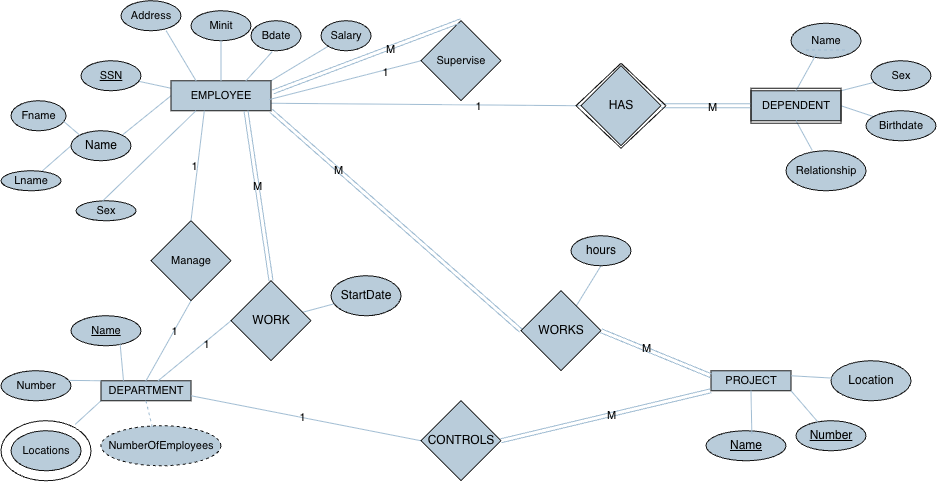
samasaif/SparkToCode2026_Tasks keeps this draw.io diagram as DatabaseTasks/Company Database – Requirement.png. Above is the earlier version. Source tidied: cells renumbered, new cells last; positions are measured from the earlier drawing's top-left corner, leaving out a move shared by most shapes.
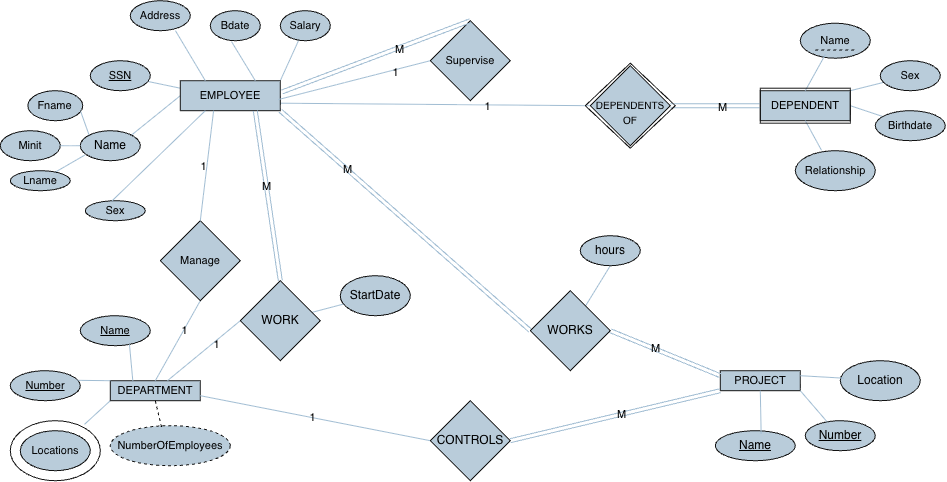
After the commit.

Diff of the diagram source:
```diff
@@ -45,10 +45,10 @@
       <mxGeometry x="170" y="80" width="100" height="30" as="geometry" />
     </mxCell>
     <mxCell id="16" value="&lt;p class=&quot;p1&quot; style=&quot;margin: 0px; font-style: normal; font-variant: normal; font-size-adjust: none; font-language-override: normal; font-kerning: auto; font-optical-sizing: auto; font-feature-settings: normal; font-variation-settings: normal; font-stretch: normal; font-size: 11px; line-height: normal; font-family: Helvetica; text-align: start;&quot;&gt;Salary&lt;/p&gt;" style="ellipse;whiteSpace=wrap;html=1;labelBackgroundColor=none;fillColor=#182E3E;strokeColor=#FFFFFF;fontColor=light-dark(#000000,#000000);" parent="1" vertex="1">
-      <mxGeometry x="320" y="20" width="50" height="30" as="geometry" />
+      <mxGeometry x="270" y="10" width="50" height="30" as="geometry" />
     </mxCell>
     <mxCell id="17" value="&lt;p class=&quot;p1&quot; style=&quot;margin: 0px; font-style: normal; font-variant: normal; font-size-adjust: none; font-language-override: normal; font-kerning: auto; font-optical-sizing: auto; font-feature-settings: normal; font-variation-settings: normal; font-stretch: normal; font-size: 11px; line-height: normal; font-family: Helvetica; text-align: start;&quot;&gt;Bdate&lt;/p&gt;" style="ellipse;whiteSpace=wrap;html=1;labelBackgroundColor=none;fillColor=#182E3E;strokeColor=#FFFFFF;fontColor=light-dark(#000000,#000000);" parent="1" vertex="1">
-      <mxGeometry x="250" y="20" width="50" height="30" as="geometry" />
+      <mxGeometry x="200" y="10" width="50" height="30" as="geometry" />
     </mxCell>
     <mxCell id="18" value="&lt;p class=&quot;p1&quot; style=&quot;margin: 0px; font-style: normal; font-variant: normal; font-size-adjust: none; font-language-override: normal; font-kerning: auto; font-optical-sizing: auto; font-feature-settings: normal; font-variation-settings: normal; font-stretch: normal; font-size: 11px; line-height: normal; font-family: Helvetica; text-align: start;&quot;&gt;Sex&lt;/p&gt;" style="ellipse;whiteSpace=wrap;html=1;labelBackgroundColor=none;fillColor=#182E3E;strokeColor=#FFFFFF;fontColor=light-dark(#000000,#000000);" parent="1" vertex="1">
       <mxGeometry x="75" y="200" width="60" height="20" as="geometry" />
@@ -56,7 +56,7 @@
     <mxCell id="19" value="&lt;p class=&quot;p1&quot; style=&quot;margin: 0px; font-style: normal; font-variant: normal; font-size-adjust: none; font-language-override: normal; font-kerning: auto; font-optical-sizing: auto; font-feature-settings: normal; font-variation-settings: normal; font-stretch: normal; font-size: 11px; line-height: normal; font-family: Helvetica; text-align: start;&quot;&gt;Address&lt;/p&gt;" style="ellipse;whiteSpace=wrap;html=1;labelBackgroundColor=none;fillColor=#182E3E;strokeColor=#FFFFFF;fontColor=light-dark(#000000,#000000);" parent="1" vertex="1">
       <mxGeometry x="120" width="60" height="30" as="geometry" />
     </mxCell>
-    <mxCell id="20" style="edgeStyle=none;rounded=0;jettySize=auto;html=1;exitX=0;exitY=0.5;exitDx=0;exitDy=0;endArrow=none;endFill=0;labelBackgroundColor=none;strokeColor=#23445D;fontColor=light-dark(#000000,#000000);" parent="1" edge="1" source="21" target="22">
+    <mxCell id="20" style="edgeStyle=none;rounded=0;jettySize=auto;html=1;exitX=0.075;exitY=0.813;exitDx=0;exitDy=0;endArrow=none;endFill=0;labelBackgroundColor=none;strokeColor=#23445D;fontColor=light-dark(#000000,#000000);exitPerimeter=0;" parent="1" edge="1" source="21" target="22">
       <mxGeometry relative="1" as="geometry" />
     </mxCell>
     <mxCell id="21" value="Name" style="ellipse;whiteSpace=wrap;html=1;labelBackgroundColor=none;fillColor=#182E3E;strokeColor=#FFFFFF;fontColor=light-dark(#000000,#000000);" parent="1" vertex="1">
@@ -66,7 +66,7 @@
       <mxGeometry y="170" width="60" height="20" as="geometry" />
     </mxCell>
     <mxCell id="23" value="&lt;p class=&quot;p1&quot; style=&quot;margin: 0px; font-style: normal; font-variant: normal; font-size-adjust: none; font-language-override: normal; font-kerning: auto; font-optical-sizing: auto; font-feature-settings: normal; font-variation-settings: normal; font-stretch: normal; font-size: 11px; line-height: normal; font-family: Helvetica; text-align: start;&quot;&gt;Fname&lt;/p&gt;" style="ellipse;whiteSpace=wrap;html=1;labelBackgroundColor=none;fillColor=#182E3E;strokeColor=#FFFFFF;fontColor=light-dark(#000000,#000000);" parent="1" vertex="1">
-      <mxGeometry x="10" y="100" width="55" height="30" as="geometry" />
+      <mxGeometry x="17.5" y="90" width="55" height="30" as="geometry" />
     </mxCell>
     <mxCell id="24" value="&lt;p class=&quot;p1&quot; style=&quot;margin: 0px; font-style: normal; font-variant: normal; font-size-adjust: none; font-language-override: normal; font-kerning: auto; font-optical-sizing: auto; font-feature-settings: normal; font-variation-settings: normal; font-stretch: normal; font-size: 11px; line-height: normal; font-family: Helvetica; text-align: start;&quot;&gt;&lt;u&gt;SSN&lt;/u&gt;&lt;/p&gt;" style="ellipse;whiteSpace=wrap;html=1;labelBackgroundColor=none;fillColor=#182E3E;strokeColor=#FFFFFF;fontColor=light-dark(#000000,#000000);" parent="1" vertex="1">
       <mxGeometry x="80" y="60" width="60" height="30" as="geometry" />
@@ -89,7 +89,7 @@
     <mxCell id="30" value="&lt;p class=&quot;p1&quot; style=&quot;margin: 0px; font-style: normal; font-variant: normal; font-size-adjust: none; font-language-override: normal; font-kerning: auto; font-optical-sizing: auto; font-feature-settings: normal; font-variation-settings: normal; font-stretch: normal; font-size: 11px; line-height: normal; font-family: Helvetica; text-align: start;&quot;&gt;Locations&lt;/p&gt;" style="ellipse;whiteSpace=wrap;html=1;labelBackgroundColor=none;fillColor=#182E3E;strokeColor=#FFFFFF;fontColor=light-dark(#000000,#000000);" parent="1" vertex="1">
       <mxGeometry x="10" y="430" width="70" height="40" as="geometry" />
     </mxCell>
-    <mxCell id="31" value="&lt;p class=&quot;p1&quot; style=&quot;margin: 0px; font-style: normal; font-variant: normal; font-size-adjust: none; font-language-override: normal; font-kerning: auto; font-optical-sizing: auto; font-feature-settings: normal; font-variation-settings: normal; font-stretch: normal; font-size: 11px; line-height: normal; font-family: Helvetica; text-align: start;&quot;&gt;Number&lt;/p&gt;" style="ellipse;whiteSpace=wrap;html=1;labelBackgroundColor=none;fillColor=#182E3E;strokeColor=#FFFFFF;fontColor=light-dark(#000000,#000000);" parent="1" vertex="1">
+    <mxCell id="31" value="&lt;p class=&quot;p1&quot; style=&quot;margin: 0px; font-style: normal; font-variant: normal; font-size-adjust: none; font-language-override: normal; font-kerning: auto; font-optical-sizing: auto; font-feature-settings: normal; font-variation-settings: normal; font-stretch: normal; font-size: 11px; line-height: normal; font-family: Helvetica; text-align: start;&quot;&gt;&lt;u&gt;Number&lt;/u&gt;&lt;/p&gt;" style="ellipse;whiteSpace=wrap;html=1;labelBackgroundColor=none;fillColor=#182E3E;strokeColor=#FFFFFF;fontColor=light-dark(#000000,#000000);" parent="1" vertex="1">
       <mxGeometry y="370" width="70" height="30" as="geometry" />
     </mxCell>
     <mxCell id="32" value="&lt;p class=&quot;p1&quot; style=&quot;margin: 0px; font-style: normal; font-variant: normal; font-size-adjust: none; font-language-override: normal; font-kerning: auto; font-optical-sizing: auto; font-feature-settings: normal; font-variation-settings: normal; font-stretch: normal; font-size: 11px; line-height: normal; font-family: Helvetica; text-align: start;&quot;&gt;&lt;u&gt;Name&lt;/u&gt;&lt;/p&gt;" style="ellipse;whiteSpace=wrap;html=1;labelBackgroundColor=none;fillColor=#182E3E;strokeColor=#FFFFFF;fontColor=light-dark(#000000,#000000);" parent="1" vertex="1">
@@ -137,7 +137,7 @@
     <mxCell id="46" style="edgeStyle=none;rounded=0;jettySize=auto;html=1;exitX=0.25;exitY=0;exitDx=0;exitDy=0;entryX=0.702;entryY=0.95;entryDx=0;entryDy=0;entryPerimeter=0;endArrow=none;endFill=0;labelBackgroundColor=none;strokeColor=#23445D;fontColor=light-dark(#000000,#000000);" parent="1" edge="1" source="4" target="32">
       <mxGeometry relative="1" as="geometry" />
     </mxCell>
-    <mxCell id="47" style="edgeStyle=none;rounded=0;jettySize=auto;html=1;exitX=0.5;exitY=1;exitDx=0;exitDy=0;entryX=0.428;entryY=0.046;entryDx=0;entryDy=0;entryPerimeter=0;endArrow=none;endFill=0;dashed=1;labelBackgroundColor=none;strokeColor=#23445D;fontColor=light-dark(#000000,#000000);" parent="1" edge="1" source="4" target="29">
+    <mxCell id="47" style="edgeStyle=none;rounded=0;jettySize=auto;html=1;exitX=0.5;exitY=1;exitDx=0;exitDy=0;entryX=0.428;entryY=0.046;entryDx=0;entryDy=0;entryPerimeter=0;endArrow=none;endFill=0;dashed=1;labelBackgroundColor=none;strokeColor=light-dark(#000000,#000000);fontColor=light-dark(#000000,#000000);" parent="1" edge="1" source="4" target="29">
       <mxGeometry relative="1" as="geometry" />
     </mxCell>
     <mxCell id="48" style="edgeStyle=none;rounded=0;jettySize=auto;html=1;exitX=0;exitY=0.5;exitDx=0;exitDy=0;endArrow=none;endFill=0;labelBackgroundColor=none;strokeColor=#23445D;fontColor=light-dark(#000000,#000000);" parent="1" edge="1" source="51" target="4">
@@ -212,7 +212,7 @@
     <mxCell id="71" value="M" style="edgeLabel;html=1;align=center;verticalAlign=middle;labelBackgroundColor=none;fontColor=light-dark(#000000,#000000);" parent="70" vertex="1">
       <mxGeometry x="0.13" y="-1" relative="1" as="geometry" />
     </mxCell>
-    <mxCell id="72" value="HAS" style="rhombus;whiteSpace=wrap;html=1;labelBackgroundColor=none;fillColor=#182E3E;strokeColor=#FFFFFF;fontColor=light-dark(#000000,#000000);" parent="1" vertex="1">
+    <mxCell id="72" value="&lt;div&gt;&lt;font style=&quot;font-size: 10px;&quot;&gt;&lt;br&gt;&lt;/font&gt;&lt;/div&gt;&lt;font style=&quot;font-size: 10px;&quot;&gt;DEPENDENTS OF&lt;/font&gt;" style="rhombus;whiteSpace=wrap;html=1;labelBackgroundColor=none;fillColor=#182E3E;strokeColor=#FFFFFF;fontColor=light-dark(#000000,#000000);" parent="1" vertex="1">
       <mxGeometry x="580" y="65" width="80" height="80" as="geometry" />
     </mxCell>
     <mxCell id="73" style="rhombus;whiteSpace=wrap;html=1;fillColor=none;labelBackgroundColor=none;strokeColor=#FFFFFF;fontColor=light-dark(#000000,#000000);" parent="1" vertex="1">
@@ -237,15 +237,15 @@
       <mxGeometry x="420" y="400" width="80" height="80" as="geometry" />
     </mxCell>
     <mxCell id="80" value="&lt;p class=&quot;p1&quot; style=&quot;margin: 0px; font-style: normal; font-variant: normal; font-size-adjust: none; font-language-override: normal; font-kerning: auto; font-optical-sizing: auto; font-feature-settings: normal; font-variation-settings: normal; font-stretch: normal; font-size: 11px; line-height: normal; font-family: Helvetica; text-align: start;&quot;&gt;Minit&lt;/p&gt;" style="ellipse;whiteSpace=wrap;html=1;labelBackgroundColor=none;fillColor=#182E3E;strokeColor=#FFFFFF;fontColor=light-dark(#000000,#000000);" parent="1" vertex="1">
-      <mxGeometry x="190" y="10" width="60" height="30" as="geometry" />
+      <mxGeometry x="-10" y="130" width="60" height="30" as="geometry" />
     </mxCell>
-    <mxCell id="81" style="endArrow=none;html=1;rounded=0;entryX=0.5;entryY=1;entryDx=0;entryDy=0;labelBackgroundColor=none;strokeColor=#23445D;fontColor=light-dark(#000000,#000000);" parent="1" edge="1" source="15" target="80">
+    <mxCell id="81" style="endArrow=none;html=1;rounded=0;entryX=1;entryY=0.5;entryDx=0;entryDy=0;labelBackgroundColor=none;strokeColor=#23445D;fontColor=light-dark(#000000,#000000);" parent="1" edge="1" source="21" target="80">
       <mxGeometry relative="1" as="geometry" />
     </mxCell>
     <mxCell id="82" style="ellipse;whiteSpace=wrap;html=1;fillColor=none;labelBackgroundColor=none;strokeColor=#FFFFFF;fontColor=light-dark(#000000,#000000);" parent="1" vertex="1">
       <mxGeometry y="420" width="90" height="60" as="geometry" />
     </mxCell>
-    <mxCell id="83" style="endArrow=none;dashed=1;html=1;rounded=0;labelBackgroundColor=none;strokeColor=#23445D;fontColor=light-dark(#000000,#000000);" parent="1" edge="1">
+    <mxCell id="83" style="endArrow=none;dashed=1;html=1;rounded=0;labelBackgroundColor=none;fontColor=light-dark(#000000,#000000);strokeColor=light-dark(#000000,#000000);" parent="1" edge="1">
       <mxGeometry relative="1" as="geometry">
         <mxPoint x="805" y="49.3" as="sourcePoint" />
         <mxPoint x="845" y="49.3" as="targetPoint" />
```
